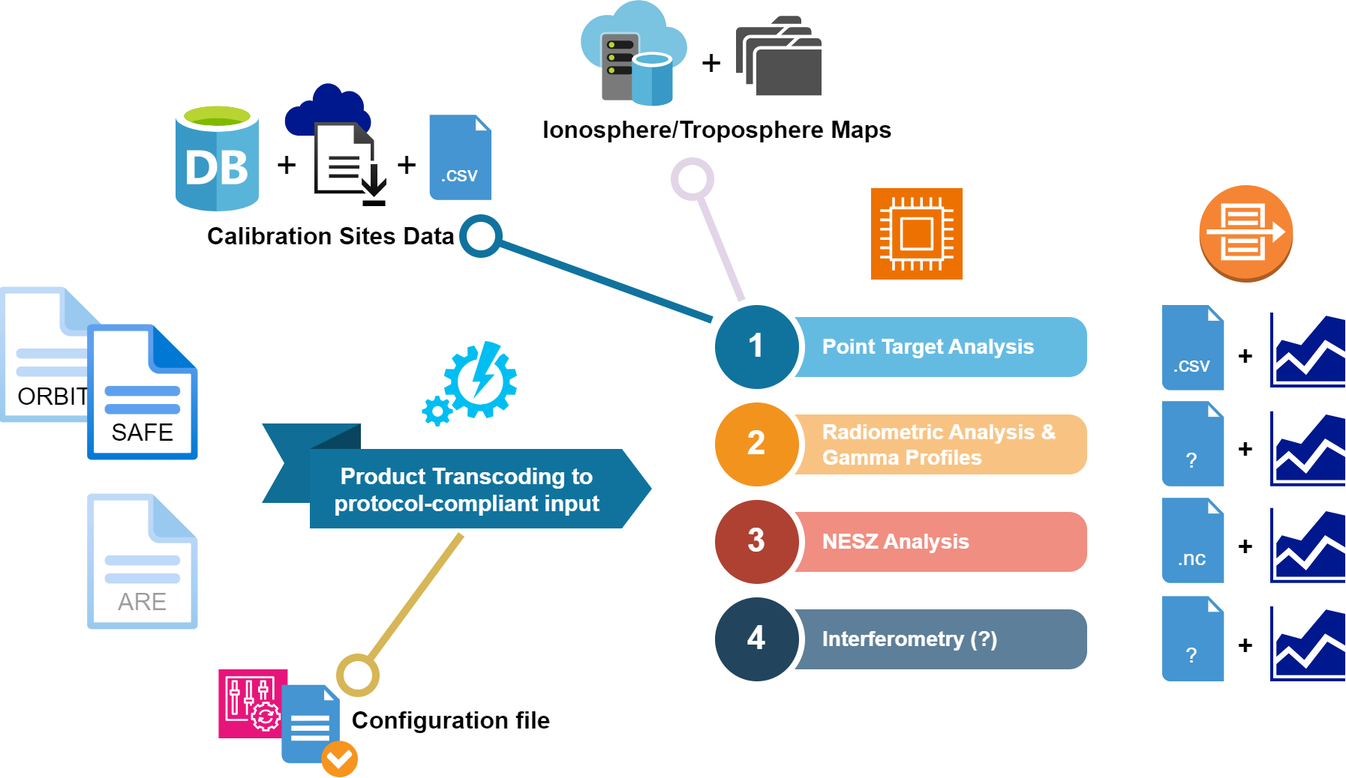
Before: documentation/sct_diagram.drawio.png, a diagram exported from draw.io (aresys-srl/sct). Source tidied: cells renumbered, new cells last; positions are measured from the earlier drawing's top-left corner, leaving out a move shared by most shapes.
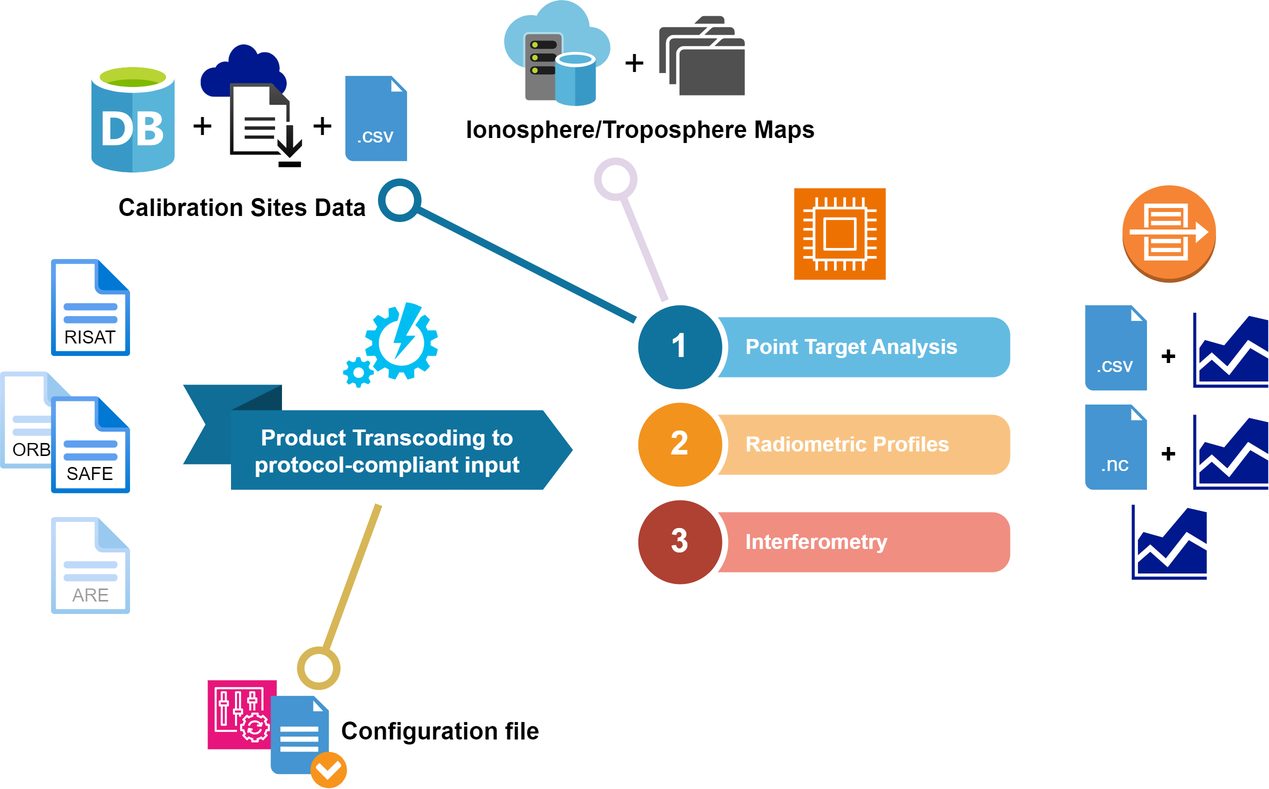
After the commit.

What changed in the source:
```diff
@@ -2,17 +2,20 @@
   <root>
     <mxCell id="0" />
     <mxCell id="1" parent="0" />
+    <mxCell id="17" style="image;html=1;align=center;fontSize=12;image=img/lib/azure2/general/File.svg;opacity=40;imageBackground=none;" parent="1" vertex="1">
+      <mxGeometry x="52" y="247.5" width="52.8" height="65" as="geometry" />
+    </mxCell>
     <mxCell id="2" style="sketch=0;shadow=0;dashed=0;html=1;strokeColor=none;labelPosition=center;verticalLabelPosition=bottom;verticalAlign=top;align=center;fillColor=#00188D;shape=mxgraph.mscae.enterprise.internet;fontSize=16;" parent="1" vertex="1">
-      <mxGeometry x="190" y="54" width="58.1" height="36" as="geometry" />
+      <mxGeometry x="184.9" y="28" width="58.1" height="36" as="geometry" />
     </mxCell>
     <mxCell id="3" style="rounded=0;whiteSpace=wrap;html=1;fontSize=16;strokeColor=none;" parent="1" vertex="1">
-      <mxGeometry x="210" y="82" width="29" height="44" as="geometry" />
+      <mxGeometry x="204.9" y="56" width="29" height="44" as="geometry" />
     </mxCell>
     <mxCell id="4" style="image;html=1;align=center;fontSize=12;image=img/lib/azure2/general/File.svg;opacity=40;imageBackground=none;" parent="1" vertex="1">
-      <mxGeometry y="191" width="73.9" height="91" as="geometry" />
+      <mxGeometry x="86" y="344.5" width="52.8" height="65" as="geometry" />
     </mxCell>
-    <mxCell id="5" value="ORBIT" style="text;strokeColor=none;fillColor=default;html=1;align=center;verticalAlign=middle;whiteSpace=wrap;rounded=0;fontSize=16;labelBackgroundColor=none;" parent="1" vertex="1">
-      <mxGeometry x="6.9" y="253.5" width="60" height="21" as="geometry" />
+    <mxCell id="5" value="ORBIT" style="text;strokeColor=none;fillColor=default;html=1;align=center;verticalAlign=middle;whiteSpace=wrap;rounded=0;fontSize=12;labelBackgroundColor=none;" parent="1" vertex="1">
+      <mxGeometry x="58.9" y="293.6" width="39" height="13.5" as="geometry" />
     </mxCell>
     <mxCell id="6" value="Point Target Analysis" style="shape=rect;rounded=1;whiteSpace=wrap;html=1;shadow=0;strokeColor=none;fillColor=#64BBE2;arcSize=30;fontSize=14;spacingLeft=42;fontStyle=1;fontColor=#FFFFFF;align=left;" parent="1" vertex="1">
       <mxGeometry x="505" y="211" width="220" height="40" as="geometry" />
@@ -20,54 +23,45 @@
     <mxCell id="7" value="1" style="shape=ellipse;perimeter=ellipsePerimeter;fontSize=22;fontStyle=1;shadow=0;strokeColor=#ffffff;fillColor=#10739E;strokeWidth=4;fontColor=#ffffff;align=center;whiteSpace=wrap;html=1;" parent="1" vertex="1">
       <mxGeometry x="475" y="201" width="60" height="60" as="geometry" />
     </mxCell>
-    <mxCell id="8" value="Radiometric Analysis &amp;amp;&lt;br&gt;Gamma Profiles" style="shape=rect;rounded=1;whiteSpace=wrap;html=1;shadow=0;strokeColor=none;fillColor=#F8C382;arcSize=30;fontSize=14;spacingLeft=42;fontStyle=1;fontColor=#FFFFFF;align=left;" parent="1" vertex="1">
+    <mxCell id="8" value="Radiometric Profiles" style="shape=rect;rounded=1;whiteSpace=wrap;html=1;shadow=0;strokeColor=none;fillColor=#F8C382;arcSize=30;fontSize=14;spacingLeft=42;fontStyle=1;fontColor=#FFFFFF;align=left;" parent="1" vertex="1">
       <mxGeometry x="505" y="276" width="220" height="40" as="geometry" />
     </mxCell>
     <mxCell id="9" value="2" style="shape=ellipse;perimeter=ellipsePerimeter;fontSize=22;fontStyle=1;shadow=0;strokeColor=#ffffff;fillColor=#F2931E;strokeWidth=4;fontColor=#ffffff;align=center;whiteSpace=wrap;html=1;" parent="1" vertex="1">
       <mxGeometry x="475" y="266" width="60" height="60" as="geometry" />
     </mxCell>
-    <mxCell id="10" value="NESZ Analysis" style="shape=rect;rounded=1;whiteSpace=wrap;html=1;shadow=0;strokeColor=none;fillColor=#F08E81;arcSize=30;fontSize=14;spacingLeft=42;fontStyle=1;fontColor=#FFFFFF;align=left;" parent="1" vertex="1">
+    <mxCell id="10" value="Interferometry" style="shape=rect;rounded=1;whiteSpace=wrap;html=1;shadow=0;strokeColor=none;fillColor=#F08E81;arcSize=30;fontSize=14;spacingLeft=42;fontStyle=1;fontColor=#FFFFFF;align=left;" parent="1" vertex="1">
       <mxGeometry x="505" y="341" width="220" height="40" as="geometry" />
     </mxCell>
     <mxCell id="11" value="3" style="shape=ellipse;perimeter=ellipsePerimeter;fontSize=22;fontStyle=1;shadow=0;strokeColor=#ffffff;fillColor=#AE4132;strokeWidth=4;fontColor=#ffffff;align=center;whiteSpace=wrap;html=1;" parent="1" vertex="1">
       <mxGeometry x="475" y="331" width="60" height="60" as="geometry" />
     </mxCell>
-    <mxCell id="12" value="Interferometry (?)" style="shape=rect;rounded=1;whiteSpace=wrap;html=1;shadow=0;strokeColor=none;fillColor=#5D7F99;arcSize=30;fontSize=14;spacingLeft=42;fontStyle=1;fontColor=#FFFFFF;align=left;" parent="1" vertex="1">
-      <mxGeometry x="505" y="406" width="220" height="40" as="geometry" />
-    </mxCell>
-    <mxCell id="13" value="4" style="shape=ellipse;perimeter=ellipsePerimeter;fontSize=22;fontStyle=1;shadow=0;strokeColor=#ffffff;fillColor=#23445D;strokeWidth=4;fontColor=#ffffff;align=center;whiteSpace=wrap;html=1;" parent="1" vertex="1">
-      <mxGeometry x="475" y="396" width="60" height="60" as="geometry" />
-    </mxCell>
     <mxCell id="14" style="html=1;shape=mxgraph.infographic.bannerSingleFold;dx=32;dx2=20;dy=17;notch=15;fillColor=#10739E;strokeColor=none;align=left;verticalAlign=middle;fontColor=#ffffff;fontSize=14;fontStyle=1;spacingBottom=15;spacingLeft=25;flipH=1;flipV=1;" parent="1" vertex="1">
-      <mxGeometry x="175" y="282" width="260" height="70" as="geometry" />
+      <mxGeometry x="173.5" y="256" width="260" height="70" as="geometry" />
     </mxCell>
     <mxCell id="15" value="Product Transcoding to protocol-compliant input" style="text;strokeColor=none;fillColor=none;html=1;align=center;verticalAlign=middle;whiteSpace=wrap;rounded=0;fontSize=15;fontColor=#FFFFFF;fontStyle=1;" parent="1" vertex="1">
-      <mxGeometry x="203" y="311" width="218" height="30" as="geometry" />
+      <mxGeometry x="201.5" y="285" width="218" height="30" as="geometry" />
     </mxCell>
     <mxCell id="16" style="image;html=1;align=center;fontSize=12;image=img/lib/azure2/general/File.svg;" parent="1" vertex="1">
-      <mxGeometry x="59" y="216" width="73.9" height="91" as="geometry" />
+      <mxGeometry x="86" y="264" width="52.8" height="65" as="geometry" />
     </mxCell>
-    <mxCell id="17" style="image;html=1;align=center;fontSize=12;image=img/lib/azure2/general/File.svg;opacity=40;imageBackground=none;" parent="1" vertex="1">
-      <mxGeometry x="59" y="329" width="73.9" height="91" as="geometry" />
-    </mxCell>
-    <mxCell id="18" value="SAFE" style="text;strokeColor=none;fillColor=default;html=1;align=center;verticalAlign=middle;whiteSpace=wrap;rounded=0;fontSize=16;labelBackgroundColor=none;" parent="1" vertex="1">
-      <mxGeometry x="65.9" y="278" width="60" height="21" as="geometry" />
+    <mxCell id="18" value="SAFE" style="text;strokeColor=none;fillColor=default;html=1;align=center;verticalAlign=middle;whiteSpace=wrap;rounded=0;fontSize=12;labelBackgroundColor=none;" parent="1" vertex="1">
+      <mxGeometry x="93.3" y="309.7" width="38.1" height="13" as="geometry" />
     </mxCell>
-    <mxCell id="19" value="ARE" style="text;strokeColor=none;fillColor=default;html=1;align=center;verticalAlign=middle;whiteSpace=wrap;rounded=0;fontSize=16;labelBackgroundColor=none;textOpacity=40;" parent="1" vertex="1">
-      <mxGeometry x="65.9" y="391" width="60" height="21" as="geometry" />
+    <mxCell id="19" value="ARE" style="text;strokeColor=none;fillColor=default;html=1;align=center;verticalAlign=middle;whiteSpace=wrap;rounded=0;fontSize=12;labelBackgroundColor=none;textOpacity=40;" parent="1" vertex="1">
+      <mxGeometry x="90.8" y="389.5" width="43.2" height="15" as="geometry" />
     </mxCell>
     <mxCell id="20" style="image;sketch=0;html=1;align=center;fontSize=12;image=img/lib/mscae/Database_General.svg;" parent="1" vertex="1">
-      <mxGeometry x="118" y="68" width="55.5" height="73" as="geometry" />
+      <mxGeometry x="112.9" y="42" width="55.5" height="73" as="geometry" />
     </mxCell>
     <mxCell id="21" style="endArrow=oval;html=1;fontSize=16;fontColor=#10739E;endFill=0;endSize=24;strokeWidth=5;labelBackgroundColor=none;verticalAlign=top;fontStyle=1;strokeColor=#10739E;rounded=0;curved=1;align=left;" parent="1" edge="1">
       <mxGeometry x="1" y="114" relative="1" as="geometry">
         <mxPoint x="475" y="213" as="sourcePoint" />
-        <mxPoint x="321" y="157" as="targetPoint" />
+        <mxPoint x="318" y="133" as="targetPoint" />
         <mxPoint x="-65" y="-114" as="offset" />
       </mxGeometry>
     </mxCell>
     <mxCell id="22" style="verticalLabelPosition=bottom;html=1;verticalAlign=top;align=center;strokeColor=none;fillColor=#00BEF2;shape=mxgraph.azure.automation;fontSize=16;" parent="1" vertex="1">
-      <mxGeometry x="281.7" y="227" width="63.3" height="57" as="geometry" />
+      <mxGeometry x="280.2" y="201" width="63.3" height="57" as="geometry" />
     </mxCell>
     <mxCell id="23" style="dashed=0;verticalLabelPosition=bottom;verticalAlign=top;align=center;html=1;shape=mxgraph.aws3.flow_logs;fillColor=#F58534;gradientColor=none;fontSize=16;" parent="1" vertex="1">
       <mxGeometry x="799.9" y="123" width="62.3" height="65" as="geometry" />
@@ -81,9 +75,6 @@
     <mxCell id="26" value=".csv" style="text;strokeColor=none;fillColor=none;html=1;align=center;verticalAlign=middle;whiteSpace=wrap;rounded=0;fontSize=14;fontColor=#FFFFFF;" parent="1" vertex="1">
       <mxGeometry x="775" y="233" width="40" height="20" as="geometry" />
     </mxCell>
-    <mxCell id="27" style="shadow=0;dashed=0;html=1;strokeColor=none;fillColor=#4495D1;labelPosition=center;verticalLabelPosition=bottom;verticalAlign=top;align=center;shape=mxgraph.veeam.2d.file;fontSize=16;" parent="1" vertex="1">
-      <mxGeometry x="775" y="267.1" width="41.1" height="56.8" as="geometry" />
-    </mxCell>
     <mxCell id="28" value="?" style="text;strokeColor=none;fillColor=none;html=1;align=center;verticalAlign=middle;whiteSpace=wrap;rounded=0;fontSize=14;fontColor=#FFFFFF;" parent="1" vertex="1">
       <mxGeometry x="775" y="297.1" width="40" height="20" as="geometry" />
     </mxCell>
@@ -93,53 +84,35 @@
     <mxCell id="30" value="&lt;b&gt;&lt;font style=&quot;font-size: 18px;&quot;&gt;+&lt;/font&gt;&lt;/b&gt;" style="text;strokeColor=none;fillColor=none;html=1;align=center;verticalAlign=middle;whiteSpace=wrap;rounded=0;fontSize=16;" parent="1" vertex="1">
       <mxGeometry x="801" y="223" width="60" height="30" as="geometry" />
     </mxCell>
-    <mxCell id="31" style="sketch=0;shadow=0;dashed=0;html=1;strokeColor=none;labelPosition=center;verticalLabelPosition=bottom;verticalAlign=top;align=center;fillColor=#00188D;shape=mxgraph.mscae.general.graph;fontSize=16;" parent="1" vertex="1">
-      <mxGeometry x="847" y="273.9" width="50" height="50" as="geometry" />
-    </mxCell>
-    <mxCell id="32" value="&lt;b&gt;&lt;font style=&quot;font-size: 18px;&quot;&gt;+&lt;/font&gt;&lt;/b&gt;" style="text;strokeColor=none;fillColor=none;html=1;align=center;verticalAlign=middle;whiteSpace=wrap;rounded=0;fontSize=16;" parent="1" vertex="1">
-      <mxGeometry x="801" y="285.5" width="60" height="30" as="geometry" />
-    </mxCell>
     <mxCell id="33" style="shadow=0;dashed=0;html=1;strokeColor=none;fillColor=#4495D1;labelPosition=center;verticalLabelPosition=bottom;verticalAlign=top;align=center;shape=mxgraph.veeam.2d.file;fontSize=16;" parent="1" vertex="1">
-      <mxGeometry x="775" y="331.6" width="41.1" height="56.8" as="geometry" />
+      <mxGeometry x="775" y="269.2" width="41.1" height="56.8" as="geometry" />
     </mxCell>
     <mxCell id="34" value=".nc" style="text;strokeColor=none;fillColor=none;html=1;align=center;verticalAlign=middle;whiteSpace=wrap;rounded=0;fontSize=14;fontColor=#FFFFFF;" parent="1" vertex="1">
-      <mxGeometry x="775" y="361.6" width="40" height="20" as="geometry" />
+      <mxGeometry x="775" y="299.2" width="40" height="20" as="geometry" />
     </mxCell>
     <mxCell id="35" style="sketch=0;shadow=0;dashed=0;html=1;strokeColor=none;labelPosition=center;verticalLabelPosition=bottom;verticalAlign=top;align=center;fillColor=#00188D;shape=mxgraph.mscae.general.graph;fontSize=16;" parent="1" vertex="1">
-      <mxGeometry x="847" y="338.4" width="50" height="50" as="geometry" />
+      <mxGeometry x="847" y="276" width="50" height="50" as="geometry" />
     </mxCell>
     <mxCell id="36" value="&lt;b&gt;&lt;font style=&quot;font-size: 18px;&quot;&gt;+&lt;/font&gt;&lt;/b&gt;" style="text;strokeColor=none;fillColor=none;html=1;align=center;verticalAlign=middle;whiteSpace=wrap;rounded=0;fontSize=16;" parent="1" vertex="1">
-      <mxGeometry x="801" y="350" width="60" height="30" as="geometry" />
+      <mxGeometry x="801" y="287.6" width="60" height="30" as="geometry" />
     </mxCell>
-    <mxCell id="37" style="shadow=0;dashed=0;html=1;strokeColor=none;fillColor=#4495D1;labelPosition=center;verticalLabelPosition=bottom;verticalAlign=top;align=center;shape=mxgraph.veeam.2d.file;fontSize=16;" parent="1" vertex="1">
-      <mxGeometry x="775" y="397.2" width="41.1" height="56.8" as="geometry" />
-    </mxCell>
-    <mxCell id="38" value="?" style="text;strokeColor=none;fillColor=none;html=1;align=center;verticalAlign=middle;whiteSpace=wrap;rounded=0;fontSize=14;fontColor=#FFFFFF;" parent="1" vertex="1">
-      <mxGeometry x="775" y="427.2" width="40" height="20" as="geometry" />
-    </mxCell>
-    <mxCell id="39" style="sketch=0;shadow=0;dashed=0;html=1;strokeColor=none;labelPosition=center;verticalLabelPosition=bottom;verticalAlign=top;align=center;fillColor=#00188D;shape=mxgraph.mscae.general.graph;fontSize=16;" parent="1" vertex="1">
-      <mxGeometry x="847" y="404" width="50" height="50" as="geometry" />
-    </mxCell>
-    <mxCell id="40" value="&lt;b&gt;&lt;font style=&quot;font-size: 18px;&quot;&gt;+&lt;/font&gt;&lt;/b&gt;" style="text;strokeColor=none;fillColor=none;html=1;align=center;verticalAlign=middle;whiteSpace=wrap;rounded=0;fontSize=16;" parent="1" vertex="1">
-      <mxGeometry x="801" y="415.6" width="60" height="30" as="geometry" />
-    </mxCell>
     <mxCell id="41" value="&lt;font style=&quot;font-size: 25px;&quot;&gt;+&lt;/font&gt;" style="text;strokeColor=none;fillColor=none;html=1;align=center;verticalAlign=middle;whiteSpace=wrap;rounded=0;fontSize=16;" parent="1" vertex="1">
-      <mxGeometry x="162" y="94" width="60" height="30" as="geometry" />
+      <mxGeometry x="156.9" y="68" width="60" height="30" as="geometry" />
     </mxCell>
     <mxCell id="42" style="sketch=0;shadow=0;dashed=0;html=1;strokeColor=none;fillColor=#505050;labelPosition=center;verticalLabelPosition=bottom;verticalAlign=top;align=center;shape=mxgraph.office.concepts.download;fontSize=16;fillStyle=solid;gradientColor=default;" parent="1" vertex="1">
-      <mxGeometry x="210" y="81" width="48" height="56" as="geometry" />
+      <mxGeometry x="204.9" y="55" width="48" height="56" as="geometry" />
     </mxCell>
     <mxCell id="43" value="&lt;font style=&quot;font-size: 25px;&quot;&gt;+&lt;/font&gt;" style="text;strokeColor=none;fillColor=none;html=1;align=center;verticalAlign=middle;whiteSpace=wrap;rounded=0;fontSize=16;" parent="1" vertex="1">
-      <mxGeometry x="242" y="94" width="60" height="30" as="geometry" />
+      <mxGeometry x="236.9" y="68" width="60" height="30" as="geometry" />
     </mxCell>
     <mxCell id="44" style="shadow=0;dashed=0;html=1;strokeColor=none;fillColor=#4495D1;labelPosition=center;verticalLabelPosition=bottom;verticalAlign=top;align=center;shape=mxgraph.veeam.2d.file;fontSize=16;" parent="1" vertex="1">
-      <mxGeometry x="286.9" y="76.1" width="41.1" height="56.8" as="geometry" />
+      <mxGeometry x="281.7" y="50.1" width="41.1" height="56.8" as="geometry" />
     </mxCell>
     <mxCell id="45" value=".csv" style="text;strokeColor=none;fillColor=none;html=1;align=center;verticalAlign=middle;whiteSpace=wrap;rounded=0;fontSize=14;fontColor=#FFFFFF;" parent="1" vertex="1">
-      <mxGeometry x="286.9" y="106.1" width="40" height="20" as="geometry" />
+      <mxGeometry x="281.7" y="80.1" width="40" height="20" as="geometry" />
     </mxCell>
     <mxCell id="46" value="Calibration Sites Data" style="text;strokeColor=none;fillColor=none;html=1;align=center;verticalAlign=middle;whiteSpace=wrap;rounded=0;fontSize=16;fontStyle=1;" parent="1" vertex="1">
-      <mxGeometry x="125" y="141.5" width="193" height="30" as="geometry" />
+      <mxGeometry x="116.5" y="123" width="193" height="30" as="geometry" />
     </mxCell>
     <mxCell id="47" style="image;sketch=0;html=1;align=center;fontSize=12;image=img/lib/mscae/Virtual_Datacenter.svg;" parent="1" vertex="1">
       <mxGeometry x="388" width="71.1" height="71.1" as="geometry" />
@@ -161,20 +134,29 @@
       <mxGeometry x="445" y="26.1" width="60" height="30" as="geometry" />
     </mxCell>
     <mxCell id="52" style="sketch=0;fontColor=#232F3E;fillColor=#E7157B;strokeColor=#ffffff;dashed=0;verticalLabelPosition=bottom;verticalAlign=top;align=center;html=1;fontSize=12;fontStyle=0;shape=mxgraph.aws4.resourceIcon;resIcon=mxgraph.aws4.config;" parent="1" vertex="1">
-      <mxGeometry x="146.2" y="446" width="46" height="46" as="geometry" />
+      <mxGeometry x="190" y="453" width="46" height="46" as="geometry" />
     </mxCell>
     <mxCell id="53" style="shadow=0;dashed=0;html=1;strokeColor=none;fillColor=#4495D1;labelPosition=center;verticalLabelPosition=bottom;verticalAlign=top;align=center;shape=mxgraph.veeam.checked_doc;fontSize=16;" parent="1" vertex="1">
-      <mxGeometry x="188.2" y="456.4" width="50.8" height="61.6" as="geometry" />
+      <mxGeometry x="232" y="463.4" width="50.8" height="61.6" as="geometry" />
     </mxCell>
     <mxCell id="54" style="endArrow=oval;html=1;fontSize=16;fontColor=#10739E;endFill=0;endSize=24;strokeWidth=5;labelBackgroundColor=none;verticalAlign=top;fontStyle=1;strokeColor=#d6b656;rounded=0;curved=1;align=left;fillColor=#fff2cc;" parent="1" edge="1">
       <mxGeometry x="1" y="114" relative="1" as="geometry">
-        <mxPoint x="308" y="356" as="sourcePoint" />
-        <mxPoint x="239" y="450" as="targetPoint" />
+        <mxPoint x="304" y="336" as="sourcePoint" />
+        <mxPoint x="264" y="445" as="targetPoint" />
         <mxPoint x="-65" y="-114" as="offset" />
       </mxGeometry>
     </mxCell>
     <mxCell id="55" value="Configuration file" style="text;strokeColor=none;fillColor=none;html=1;align=center;verticalAlign=middle;whiteSpace=wrap;rounded=0;fontSize=16;fontStyle=1;" parent="1" vertex="1">
-      <mxGeometry x="205" y="465" width="193" height="30" as="geometry" />
+      <mxGeometry x="248.8" y="472" width="193" height="30" as="geometry" />
     </mxCell>
+    <mxCell id="56" style="sketch=0;shadow=0;dashed=0;html=1;strokeColor=none;labelPosition=center;verticalLabelPosition=bottom;verticalAlign=top;align=center;fillColor=#00188D;shape=mxgraph.mscae.general.graph;fontSize=16;" parent="1" vertex="1">
+      <mxGeometry x="806" y="336" width="50" height="50" as="geometry" />
+    </mxCell>
+    <mxCell id="57" style="image;html=1;align=center;fontSize=12;image=img/lib/azure2/general/File.svg;" parent="1" vertex="1">
+      <mxGeometry x="86" y="172.5" width="52.8" height="65" as="geometry" />
+    </mxCell>
+    <mxCell id="58" value="RISAT" style="text;strokeColor=none;fillColor=default;html=1;align=center;verticalAlign=middle;whiteSpace=wrap;rounded=0;fontSize=12;labelBackgroundColor=none;" parent="1" vertex="1">
+      <mxGeometry x="93.3" y="218.2" width="38.1" height="13" as="geometry" />
+    </mxCell>
   </root>
 </mxGraphModel>
```
